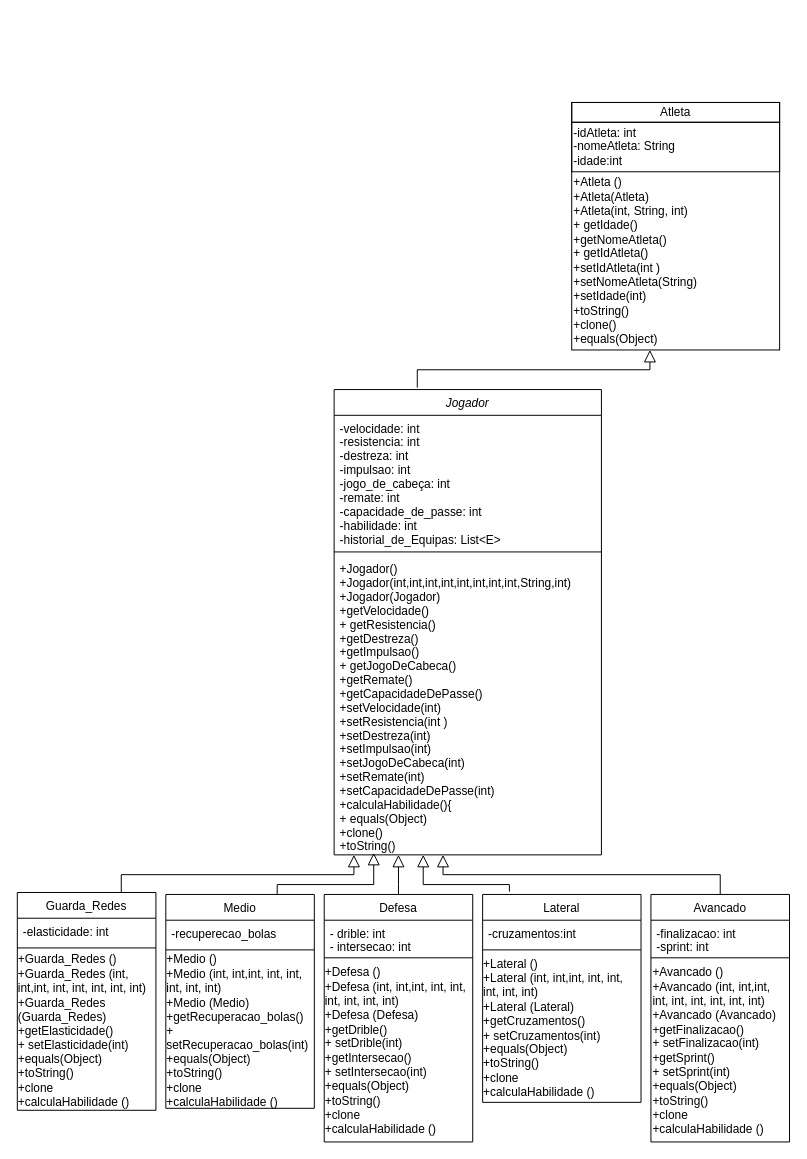
Before: Untitled Diagram.drawio in MiguelSantaCruz/POO2021, a draw.io diagram. Source tidied: cells renumbered, new cells numbered last; positions are measured from the earlier drawing's top-left corner, leaving out a move shared by most shapes. Both pictures are drawn from the tidied source at 99%, with x=0, y=0 at pixel (17, 3).
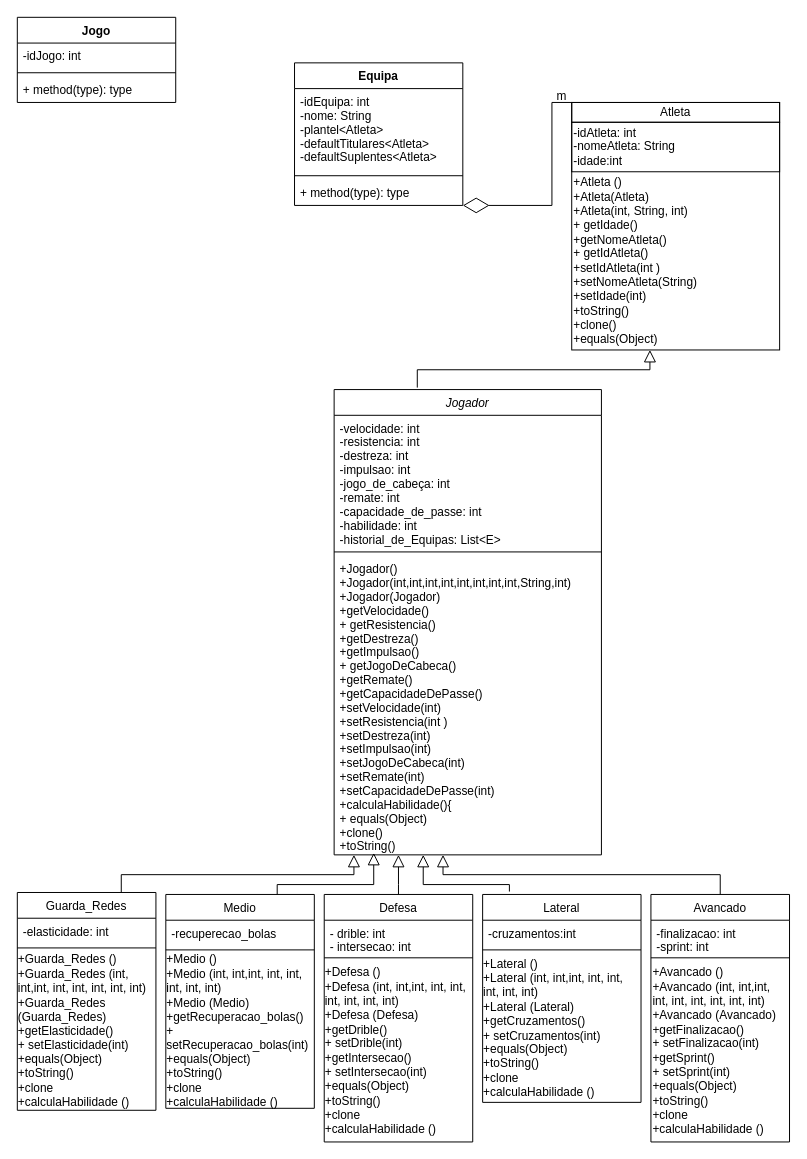
After the change.

Unchanged cells that the change refers to:
```xml
<mxCell id="33" value="Atleta" style="text;html=1;fillColor=none;align=center;verticalAlign=middle;whiteSpace=wrap;rounded=0;strokeColor=#000000;strokeWidth=1;" parent="31" vertex="1">
  <mxGeometry width="210" height="20" as="geometry" />
</mxCell>
```

Change to the diagram source:
```diff
@@
+    <mxCell id="37" value="Jogo" style="swimlane;fontStyle=1;align=center;verticalAlign=top;horizontal=1;startSize=26;strokeColor=#000000;strokeWidth=1;" parent="1" vertex="1">
+      <mxGeometry y="14" width="160" height="86" as="geometry" />
+    </mxCell>
+    <mxCell id="38" value="-idJogo: int&#10;" style="text;strokeColor=none;fillColor=none;align=left;verticalAlign=top;spacingLeft=4;spacingRight=4;overflow=hidden;" parent="37" vertex="1">
+      <mxGeometry y="26" width="160" height="26" as="geometry" />
+    </mxCell>
+    <mxCell id="39" style="line;strokeWidth=1;fillColor=none;align=left;verticalAlign=middle;spacingTop=-1;spacingLeft=3;spacingRight=3;labelPosition=right;" parent="37" vertex="1">
+      <mxGeometry y="52" width="160" height="8" as="geometry" />
+    </mxCell>
+    <mxCell id="40" value="+ method(type): type" style="text;strokeColor=none;fillColor=none;align=left;verticalAlign=top;spacingLeft=4;spacingRight=4;overflow=hidden;" parent="37" vertex="1">
+      <mxGeometry y="60" width="160" height="26" as="geometry" />
+    </mxCell>
+    <mxCell id="41" value="Equipa" style="swimlane;fontStyle=1;align=center;verticalAlign=top;horizontal=1;startSize=26;strokeColor=#000000;strokeWidth=1;" parent="1" vertex="1">
+      <mxGeometry x="280" y="60" width="170" height="144" as="geometry" />
+    </mxCell>
+    <mxCell id="42" value="-idEquipa: int&#10;-nome: String&#10;-plantel&lt;Atleta&gt;&#10;-defaultTitulares&lt;Atleta&gt;&#10;-defaultSuplentes&lt;Atleta&gt;&#10;&#10;" style="text;strokeColor=none;fillColor=none;align=left;verticalAlign=top;spacingLeft=4;spacingRight=4;overflow=hidden;" parent="41" vertex="1">
+      <mxGeometry y="26" width="170" height="84" as="geometry" />
+    </mxCell>
+    <mxCell id="43" style="line;strokeWidth=1;fillColor=none;align=left;verticalAlign=middle;spacingTop=-1;spacingLeft=3;spacingRight=3;labelPosition=right;" parent="41" vertex="1">
+      <mxGeometry y="110" width="170" height="8" as="geometry" />
+    </mxCell>
+    <mxCell id="44" value="+ method(type): type" style="text;strokeColor=none;fillColor=none;align=left;verticalAlign=top;spacingLeft=4;spacingRight=4;overflow=hidden;" parent="41" vertex="1">
+      <mxGeometry y="118" width="170" height="26" as="geometry" />
+    </mxCell>
+    <mxCell id="45" style="endArrow=diamondThin;endFill=0;endSize=24;html=1;exitX=0;exitY=0;exitDx=0;exitDy=0;rounded=0;" parent="1" edge="1" source="33">
+      <mxGeometry relative="1" as="geometry">
+        <mxPoint x="450" y="204" as="targetPoint" />
+        <Array as="points">
+          <mxPoint x="540" y="100" />
+          <mxPoint x="540" y="204" />
+        </Array>
+      </mxGeometry>
+    </mxCell>
+    <mxCell id="46" value="m" style="text;html=1;strokeColor=none;fillColor=none;align=center;verticalAlign=middle;whiteSpace=wrap;rounded=0;" parent="1" vertex="1">
+      <mxGeometry x="530" y="84" width="40" height="20" as="geometry" />
+    </mxCell>
```
